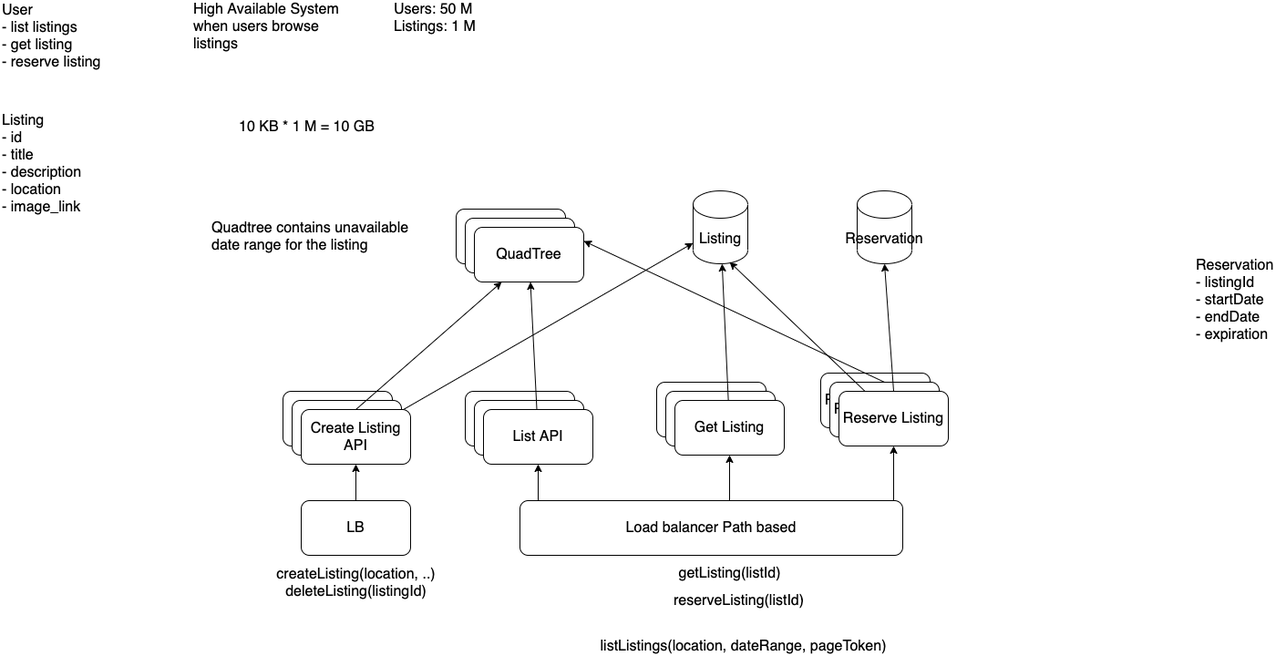
This is airbnb.drawio.png from soumatwork/system-design, a draw.io export, as it was before one commit. Source tidied: cells renumbered, new cells last; positions are measured from the earlier drawing's top-left corner, leaving out a move shared by most shapes. The source it was exported from:
```xml
<mxGraphModel background="#ffffff">
  <root>
    <mxCell id="0" />
    <mxCell id="1" parent="0" />
    <mxCell id="2" value="User&lt;br&gt;- list listings&lt;br&gt;- get listing&lt;br&gt;- reserve listing" style="text;html=1;strokeColor=none;fillColor=none;align=left;verticalAlign=middle;whiteSpace=wrap;fontSize=16;rounded=1;" parent="1" vertex="1">
      <mxGeometry y="20" width="150" height="20" as="geometry" />
    </mxCell>
    <mxCell id="3" value="High Available System when users browse listings" style="text;html=1;strokeColor=none;fillColor=none;align=left;verticalAlign=middle;whiteSpace=wrap;fontSize=16;rounded=1;" parent="1" vertex="1">
      <mxGeometry x="210" y="10" width="190" height="20" as="geometry" />
    </mxCell>
    <mxCell id="4" value="Users: 50 M&lt;br&gt;Listings: 1 M" style="text;html=1;strokeColor=none;fillColor=none;align=left;verticalAlign=middle;whiteSpace=wrap;fontSize=16;rounded=1;" parent="1" vertex="1">
      <mxGeometry x="430" width="190" height="20" as="geometry" />
    </mxCell>
    <mxCell id="5" value="Listing&lt;br&gt;- id&lt;br&gt;- title&lt;br&gt;- description&lt;br&gt;- location&lt;br&gt;- image_link" style="text;html=1;align=left;verticalAlign=middle;strokeColor=none;fontSize=16;rounded=1;" parent="1" vertex="1">
      <mxGeometry y="110" width="100" height="120" as="geometry" />
    </mxCell>
    <mxCell id="6" value="10 KB * 1 M = 10 GB" style="text;html=1;align=left;verticalAlign=middle;strokeColor=none;fontSize=16;rounded=1;" parent="1" vertex="1">
      <mxGeometry x="260" y="120" width="160" height="20" as="geometry" />
    </mxCell>
    <mxCell id="7" value="Listing" style="shape=cylinder3;whiteSpace=wrap;html=1;boundedLbl=1;backgroundOutline=1;size=15;fontSize=16;align=center;rounded=1;" parent="1" vertex="1">
      <mxGeometry x="760" y="200" width="60" height="80" as="geometry" />
    </mxCell>
    <mxCell id="8" value="QuadTree" style="whiteSpace=wrap;html=1;fontSize=16;align=center;rounded=1;" parent="1" vertex="1">
      <mxGeometry x="500" y="220" width="120" height="60" as="geometry" />
    </mxCell>
    <mxCell id="9" value="QuadTree" style="whiteSpace=wrap;html=1;fontSize=16;align=center;rounded=1;" parent="1" vertex="1">
      <mxGeometry x="510" y="230" width="120" height="60" as="geometry" />
    </mxCell>
    <mxCell id="10" value="QuadTree" style="whiteSpace=wrap;html=1;fontSize=16;align=center;rounded=1;" parent="1" vertex="1">
      <mxGeometry x="520" y="240" width="120" height="60" as="geometry" />
    </mxCell>
    <mxCell id="11" value="List API" style="whiteSpace=wrap;html=1;fontSize=16;align=center;rounded=1;" parent="1" vertex="1">
      <mxGeometry x="510" y="420" width="120" height="60" as="geometry" />
    </mxCell>
    <mxCell id="12" value="listListings(location, dateRange, pageToken)" style="text;html=1;align=center;verticalAlign=middle;strokeColor=none;fontSize=16;rounded=1;" parent="1" vertex="1">
      <mxGeometry x="650" y="690" width="330" height="20" as="geometry" />
    </mxCell>
    <mxCell id="13" value="List API" style="whiteSpace=wrap;html=1;fontSize=16;align=center;rounded=1;" parent="1" vertex="1">
      <mxGeometry x="520" y="430" width="120" height="60" as="geometry" />
    </mxCell>
    <mxCell id="14" style="jettySize=auto;html=1;fontSize=16;" parent="1" edge="1" source="15" target="10">
      <mxGeometry relative="1" as="geometry" />
    </mxCell>
    <mxCell id="15" value="List API" style="whiteSpace=wrap;html=1;fontSize=16;align=center;rounded=1;" parent="1" vertex="1">
      <mxGeometry x="530" y="440" width="120" height="60" as="geometry" />
    </mxCell>
    <mxCell id="16" style="edgeStyle=orthogonalEdgeStyle;jettySize=auto;html=1;fontSize=16;" parent="1" edge="1" target="15">
      <mxGeometry relative="1" as="geometry">
        <mxPoint x="590" y="540" as="sourcePoint" />
      </mxGeometry>
    </mxCell>
    <mxCell id="17" value="List API" style="whiteSpace=wrap;html=1;fontSize=16;align=center;rounded=1;" parent="1" vertex="1">
      <mxGeometry x="310" y="420" width="120" height="60" as="geometry" />
    </mxCell>
    <mxCell id="18" value="List API" style="whiteSpace=wrap;html=1;fontSize=16;align=center;rounded=1;" parent="1" vertex="1">
      <mxGeometry x="320" y="430" width="120" height="60" as="geometry" />
    </mxCell>
    <mxCell id="19" style="jettySize=auto;html=1;fontSize=16;" parent="1" edge="1" source="21" target="7">
      <mxGeometry relative="1" as="geometry" />
    </mxCell>
    <mxCell id="20" style="edgeStyle=none;jettySize=auto;html=1;exitX=0.5;exitY=0;exitDx=0;exitDy=0;entryX=0.25;entryY=1;entryDx=0;entryDy=0;fontSize=16;" parent="1" edge="1" source="21" target="10">
      <mxGeometry relative="1" as="geometry" />
    </mxCell>
    <mxCell id="21" value="Create Listing API" style="whiteSpace=wrap;html=1;fontSize=16;align=center;rounded=1;" parent="1" vertex="1">
      <mxGeometry x="330" y="440" width="120" height="60" as="geometry" />
    </mxCell>
    <mxCell id="22" style="edgeStyle=orthogonalEdgeStyle;jettySize=auto;html=1;fontSize=16;" parent="1" edge="1" source="23" target="21">
      <mxGeometry relative="1" as="geometry" />
    </mxCell>
    <mxCell id="23" value="LB" style="whiteSpace=wrap;html=1;fontSize=16;align=center;rounded=1;" parent="1" vertex="1">
      <mxGeometry x="330" y="540" width="120" height="60" as="geometry" />
    </mxCell>
    <mxCell id="24" value="createListing(location, ..)&lt;br&gt;deleteListing(listingId)" style="text;html=1;align=center;verticalAlign=middle;strokeColor=none;fontSize=16;rounded=1;" parent="1" vertex="1">
      <mxGeometry x="295" y="610" width="190" height="40" as="geometry" />
    </mxCell>
    <mxCell id="25" value="Reserve Listing" style="whiteSpace=wrap;html=1;fontSize=16;align=center;rounded=1;" parent="1" vertex="1">
      <mxGeometry x="900" y="400" width="120" height="60" as="geometry" />
    </mxCell>
    <mxCell id="26" value="Reserve Listing" style="whiteSpace=wrap;html=1;fontSize=16;align=center;rounded=1;" parent="1" vertex="1">
      <mxGeometry x="910" y="410" width="120" height="60" as="geometry" />
    </mxCell>
    <mxCell id="27" style="edgeStyle=none;jettySize=auto;html=1;exitX=0.5;exitY=0;exitDx=0;exitDy=0;entryX=1;entryY=0.25;entryDx=0;entryDy=0;fontSize=16;" parent="1" edge="1" source="26" target="10">
      <mxGeometry relative="1" as="geometry" />
    </mxCell>
    <mxCell id="28" style="edgeStyle=none;jettySize=auto;html=1;exitX=0.5;exitY=0;exitDx=0;exitDy=0;entryX=0.5;entryY=1;entryDx=0;entryDy=0;entryPerimeter=0;fontSize=16;" parent="1" edge="1" source="30" target="37">
      <mxGeometry relative="1" as="geometry" />
    </mxCell>
    <mxCell id="29" style="edgeStyle=none;jettySize=auto;html=1;entryX=0.667;entryY=0.975;entryDx=0;entryDy=0;entryPerimeter=0;fontSize=16;" parent="1" edge="1" source="30" target="7">
      <mxGeometry relative="1" as="geometry" />
    </mxCell>
    <mxCell id="30" value="Reserve Listing" style="whiteSpace=wrap;html=1;fontSize=16;align=center;rounded=1;" parent="1" vertex="1">
      <mxGeometry x="920" y="420" width="120" height="60" as="geometry" />
    </mxCell>
    <mxCell id="31" value="Get Listing" style="whiteSpace=wrap;html=1;fontSize=16;align=center;rounded=1;" parent="1" vertex="1">
      <mxGeometry x="720" y="410" width="120" height="60" as="geometry" />
    </mxCell>
    <mxCell id="32" value="Get Listing" style="whiteSpace=wrap;html=1;fontSize=16;align=center;rounded=1;" parent="1" vertex="1">
      <mxGeometry x="730" y="420" width="120" height="60" as="geometry" />
    </mxCell>
    <mxCell id="33" style="edgeStyle=none;jettySize=auto;html=1;fontSize=16;" parent="1" edge="1" source="34" target="7">
      <mxGeometry relative="1" as="geometry" />
    </mxCell>
    <mxCell id="34" value="Get Listing" style="whiteSpace=wrap;html=1;fontSize=16;align=center;rounded=1;" parent="1" vertex="1">
      <mxGeometry x="740" y="430" width="120" height="60" as="geometry" />
    </mxCell>
    <mxCell id="35" style="edgeStyle=none;jettySize=auto;html=1;fontSize=16;" parent="1" edge="1" target="34">
      <mxGeometry relative="1" as="geometry">
        <mxPoint x="800" y="540" as="sourcePoint" />
      </mxGeometry>
    </mxCell>
    <mxCell id="36" style="edgeStyle=none;jettySize=auto;html=1;fontSize=16;" parent="1" edge="1" target="30">
      <mxGeometry relative="1" as="geometry">
        <mxPoint x="980" y="540" as="sourcePoint" />
      </mxGeometry>
    </mxCell>
    <mxCell id="37" value="Reservation" style="shape=cylinder3;whiteSpace=wrap;html=1;boundedLbl=1;backgroundOutline=1;size=15;fontSize=16;align=center;rounded=1;" parent="1" vertex="1">
      <mxGeometry x="940" y="200" width="60" height="80" as="geometry" />
    </mxCell>
    <mxCell id="38" value="Reservation&lt;br&gt;- listingId&lt;br&gt;- startDate&lt;br&gt;- endDate&lt;br&gt;- expiration" style="text;html=1;align=left;verticalAlign=middle;strokeColor=none;fontSize=16;rounded=1;" parent="1" vertex="1">
      <mxGeometry x="1310" y="270" width="100" height="100" as="geometry" />
    </mxCell>
    <mxCell id="39" value="getListing(listId)" style="text;html=1;align=center;verticalAlign=middle;strokeColor=none;fontSize=16;rounded=1;" parent="1" vertex="1">
      <mxGeometry x="735" y="610" width="130" height="20" as="geometry" />
    </mxCell>
    <mxCell id="40" value="reserveListing(listId)" style="text;html=1;align=center;verticalAlign=middle;strokeColor=none;fontSize=16;rounded=1;" parent="1" vertex="1">
      <mxGeometry x="730" y="640" width="160" height="20" as="geometry" />
    </mxCell>
    <mxCell id="41" value="Quadtree contains unavailable&lt;br&gt;date range for the listing" style="text;html=1;align=left;verticalAlign=middle;strokeColor=none;fontSize=16;rounded=1;" parent="1" vertex="1">
      <mxGeometry x="230" y="230" width="230" height="40" as="geometry" />
    </mxCell>
    <mxCell id="42" value="&lt;font style=&quot;font-size: 16px&quot;&gt;Load balancer Path based&lt;/font&gt;" style="rounded=1;whiteSpace=wrap;html=1;" parent="1" vertex="1">
      <mxGeometry x="570" y="540" width="420" height="60" as="geometry" />
    </mxCell>
  </root>
</mxGraphModel>
```
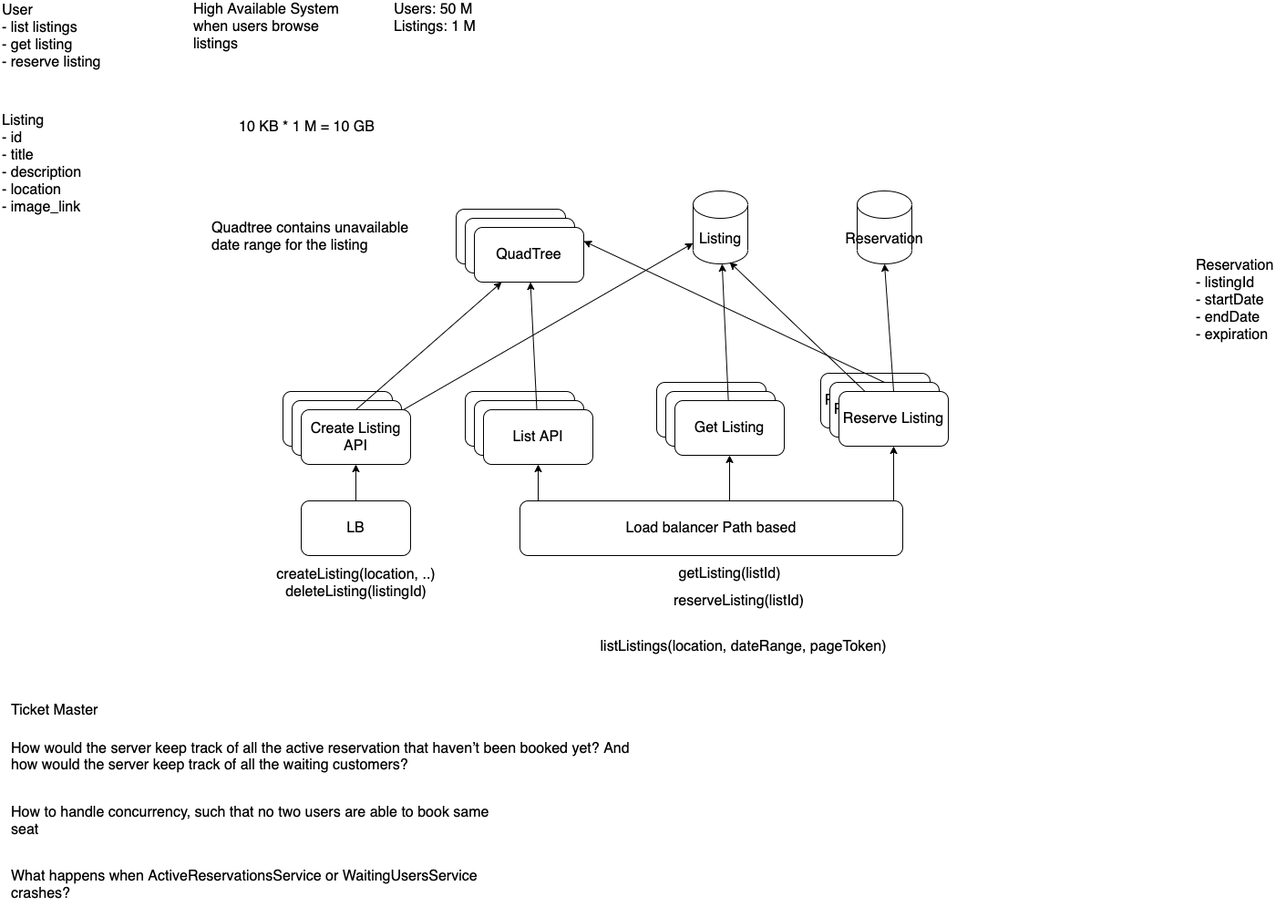
Above is the later version.

What changed in the source:
```diff
@@ -131,5 +131,17 @@
     <mxCell id="42" value="&lt;font style=&quot;font-size: 16px&quot;&gt;Load balancer Path based&lt;/font&gt;" style="rounded=1;whiteSpace=wrap;html=1;" parent="1" vertex="1">
       <mxGeometry x="570" y="540" width="420" height="60" as="geometry" />
     </mxCell>
+    <mxCell id="43" value="&lt;font style=&quot;font-size: 16px&quot;&gt;Ticket Master&lt;/font&gt;" style="text;html=1;align=left;verticalAlign=middle;strokeColor=none;" parent="1" vertex="1">
+      <mxGeometry x="10" y="760" width="110" height="20" as="geometry" />
+    </mxCell>
+    <mxCell id="44" value="&lt;p class=&quot;p1&quot; style=&quot;margin: 0px; font-stretch: normal; line-height: normal; font-size: 16px;&quot;&gt;How would the server keep track of all the active reservation that haven’t been booked yet? And&lt;/p&gt;&lt;p class=&quot;p1&quot; style=&quot;margin: 0px; font-stretch: normal; line-height: normal; font-size: 16px;&quot;&gt;how would the server keep track of all the waiting customers?&lt;/p&gt;" style="text;html=1;align=left;verticalAlign=middle;strokeColor=none;fontSize=16;" parent="1" vertex="1">
+      <mxGeometry x="10" y="800" width="690" height="40" as="geometry" />
+    </mxCell>
+    <mxCell id="45" value="&lt;p class=&quot;p1&quot;&gt;How to handle concurrency, such that no two users are able to book same seat&lt;/p&gt;" style="text;whiteSpace=wrap;html=1;fontSize=16;align=left;" parent="1" vertex="1">
+      <mxGeometry x="10" y="850" width="550" height="30" as="geometry" />
+    </mxCell>
+    <mxCell id="46" value="&lt;p class=&quot;p1&quot;&gt;What happens when ActiveReservationsService or WaitingUsersService crashes?&lt;/p&gt;" style="text;whiteSpace=wrap;html=1;fontSize=16;" parent="1" vertex="1">
+      <mxGeometry x="10" y="920" width="550" height="40" as="geometry" />
+    </mxCell>
   </root>
 </mxGraphModel>
```
